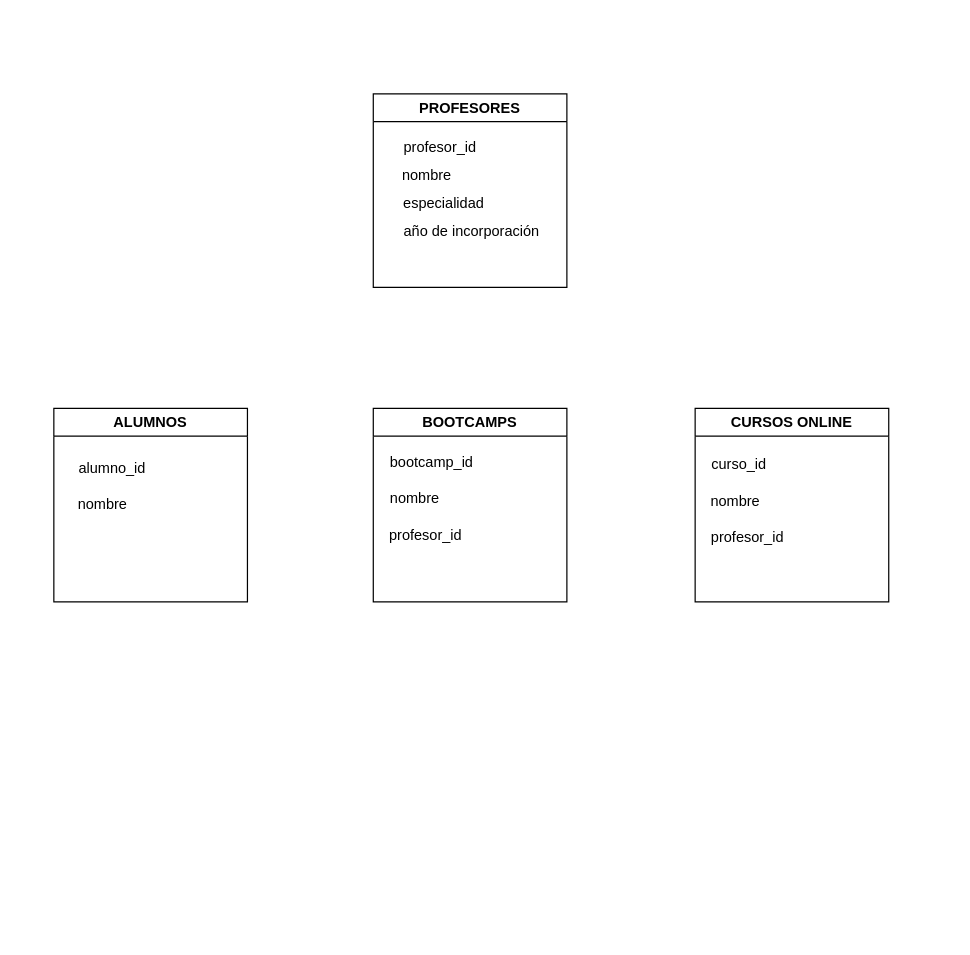
Above: Practica/Diagrama KeepCoding.drawio in danyocando-git/sql-dw (draw.io), before the change. Source tidied: cells renumbered, new cells numbered last; positions are measured from the earlier drawing's top-left corner, leaving out a move shared by most shapes. Both pictures are drawn from the tidied source at 121%, with x=0, y=0 at pixel (53, 93).
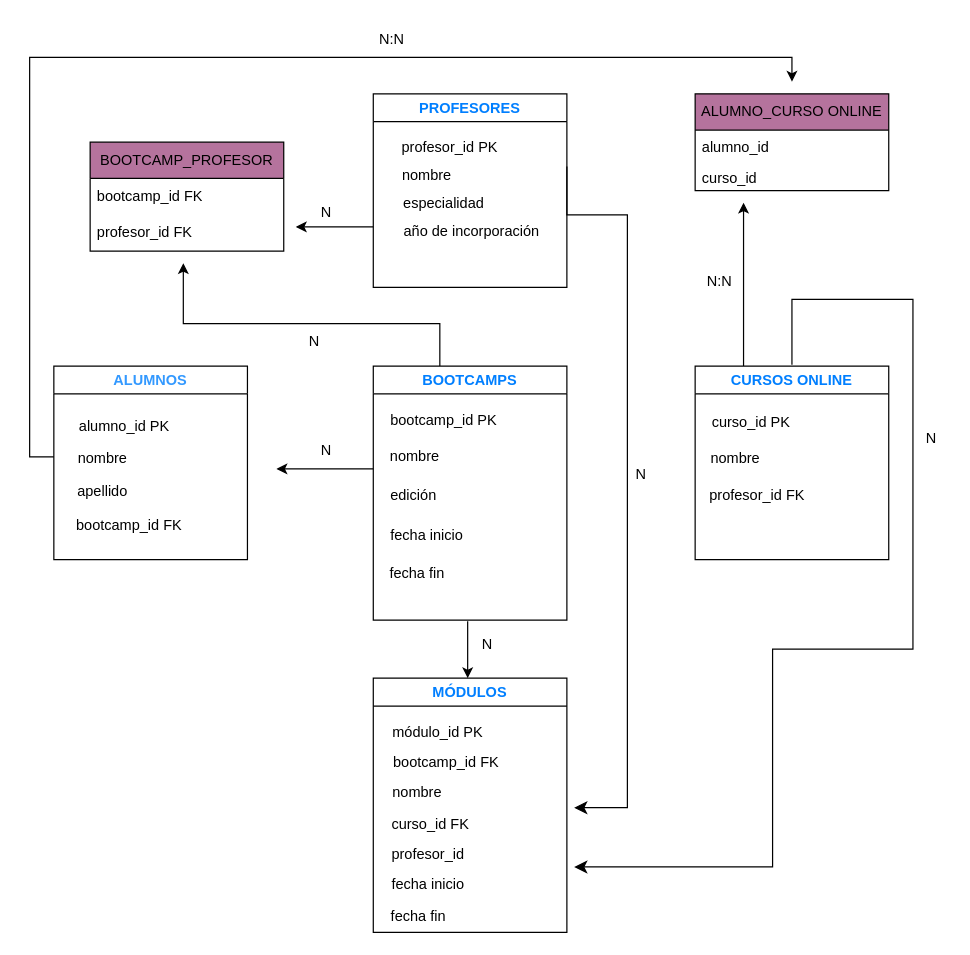
Above is the later version.

The edit, as a diff of the source:
```diff
@@
+    <mxCell id="18" style="edgeStyle=orthogonalEdgeStyle;rounded=0;orthogonalLoop=1;jettySize=auto;html=1;" parent="1" edge="1">
+      <mxGeometry relative="1" as="geometry">
+        <mxPoint y="300" as="sourcePoint" />
+        <mxPoint x="610" y="-10" as="targetPoint" />
+        <Array as="points">
+          <mxPoint x="-20" y="300" />
+          <mxPoint x="-20" y="-30" />
+        </Array>
+      </mxGeometry>
+    </mxCell>
-    <mxCell id="2" value="ALUMNOS" style="swimlane;whiteSpace=wrap;html=1;" parent="1" vertex="1">
-      <mxGeometry y="260" width="160" height="160" as="geometry" />
+    <mxCell id="2" value="&lt;font style=&quot;color: rgb(51, 153, 255);&quot;&gt;ALUMNOS&lt;/font&gt;" style="swimlane;whiteSpace=wrap;html=1;" parent="1" vertex="1">
+      <mxGeometry y="225" width="160" height="160" as="geometry" />
     </mxCell>
     <mxCell id="3" value="nombre" style="text;html=1;align=center;verticalAlign=middle;strokeColor=none;fillColor=none;" parent="2" vertex="1">
-      <mxGeometry x="10" y="65" width="60" height="30" as="geometry" />
+      <mxGeometry x="10" y="62" width="60" height="30" as="geometry" />
     </mxCell>
-    <mxCell id="4" value="alumno_id" style="text;html=1;align=center;verticalAlign=middle;strokeColor=none;fillColor=none;" parent="2" vertex="1">
-      <mxGeometry x="8" y="35" width="80" height="30" as="geometry" />
+    <mxCell id="4" value="alumno_id PK" style="text;html=1;align=center;verticalAlign=middle;strokeColor=none;fillColor=none;" parent="2" vertex="1">
+      <mxGeometry x="8" y="35" width="100" height="30" as="geometry" />
     </mxCell>
+    <mxCell id="19" value="apellido" style="text;html=1;align=center;verticalAlign=middle;strokeColor=none;fillColor=none;" parent="2" vertex="1">
+      <mxGeometry x="10" y="89" width="60" height="30" as="geometry" />
+    </mxCell>
+    <mxCell id="20" value="bootcamp_id FK" style="text;html=1;align=center;verticalAlign=middle;strokeColor=none;fillColor=none;" parent="2" vertex="1">
+      <mxGeometry x="7" y="117" width="110" height="30" as="geometry" />
+    </mxCell>
-    <mxCell id="5" value="BOOTCAMPS" style="swimlane;whiteSpace=wrap;html=1;" parent="1" vertex="1">
-      <mxGeometry x="264" y="260" width="160" height="160" as="geometry" />
+    <mxCell id="5" value="&lt;font style=&quot;color: rgb(0, 127, 255);&quot;&gt;BOOTCAMPS&lt;/font&gt;" style="swimlane;whiteSpace=wrap;html=1;" parent="1" vertex="1">
+      <mxGeometry x="264" y="225" width="160" height="210" as="geometry" />
     </mxCell>
@@
-    <mxCell id="7" value="profesor_id" style="text;html=1;align=center;verticalAlign=middle;strokeColor=none;fillColor=none;" parent="5" vertex="1">
-      <mxGeometry x="3" y="90" width="80" height="30" as="geometry" />
-    </mxCell>
-    <mxCell id="8" value="bootcamp_id" style="text;html=1;align=center;verticalAlign=middle;strokeColor=none;fillColor=none;" parent="5" vertex="1">
-      <mxGeometry x="3" y="30" width="90" height="30" as="geometry" />
+    <mxCell id="8" value="bootcamp_id PK" style="text;html=1;align=center;verticalAlign=middle;strokeColor=none;fillColor=none;" parent="5" vertex="1">
+      <mxGeometry x="3" y="30" width="110" height="30" as="geometry" />
     </mxCell>
+    <mxCell id="21" value="edición" style="text;html=1;align=center;verticalAlign=middle;strokeColor=none;fillColor=none;" parent="5" vertex="1">
+      <mxGeometry x="3" y="92" width="60" height="30" as="geometry" />
+    </mxCell>
+    <mxCell id="22" value="fecha inicio" style="text;html=1;align=center;verticalAlign=middle;strokeColor=none;fillColor=none;" parent="5" vertex="1">
+      <mxGeometry x="4" y="125" width="80" height="30" as="geometry" />
+    </mxCell>
+    <mxCell id="23" value="fecha fin" style="text;html=1;align=center;verticalAlign=middle;strokeColor=none;fillColor=none;" parent="5" vertex="1">
+      <mxGeometry x="1" y="157" width="70" height="30" as="geometry" />
+    </mxCell>
-    <mxCell id="9" value="PROFESORES" style="swimlane;whiteSpace=wrap;html=1;" parent="1" vertex="1">
+    <mxCell id="9" value="&lt;font style=&quot;color: rgb(0, 127, 255);&quot;&gt;PROFESORES&lt;/font&gt;" style="swimlane;whiteSpace=wrap;html=1;" parent="1" vertex="1">
       <mxGeometry x="264" width="160" height="160" as="geometry" />
     </mxCell>
@@
-    <mxCell id="12" value="profesor_id" style="text;html=1;align=center;verticalAlign=middle;strokeColor=none;fillColor=none;" parent="1" vertex="1">
-      <mxGeometry x="279" y="30" width="80" height="30" as="geometry" />
+    <mxCell id="12" value="profesor_id PK" style="text;html=1;align=center;verticalAlign=middle;strokeColor=none;fillColor=none;" parent="1" vertex="1">
+      <mxGeometry x="277" y="30" width="100" height="30" as="geometry" />
     </mxCell>
+    <mxCell id="24" style="edgeStyle=orthogonalEdgeStyle;rounded=0;orthogonalLoop=1;jettySize=auto;html=1;" parent="1" edge="1">
+      <mxGeometry relative="1" as="geometry">
+        <mxPoint x="570" y="225" as="sourcePoint" />
+        <mxPoint x="570" y="90" as="targetPoint" />
+      </mxGeometry>
+    </mxCell>
-    <mxCell id="13" value="CURSOS ONLINE" style="swimlane;whiteSpace=wrap;html=1;" parent="1" vertex="1">
-      <mxGeometry x="530" y="260" width="160" height="160" as="geometry" />
+    <mxCell id="13" value="&lt;font style=&quot;color: rgb(0, 127, 255);&quot;&gt;CURSOS ONLINE&lt;/font&gt;" style="swimlane;whiteSpace=wrap;html=1;" parent="1" vertex="1">
+      <mxGeometry x="530" y="225" width="160" height="160" as="geometry" />
     </mxCell>
@@
-    <mxCell id="15" value="profesor_id" style="text;html=1;align=center;verticalAlign=middle;strokeColor=none;fillColor=none;" parent="13" vertex="1">
-      <mxGeometry x="3" y="92" width="80" height="30" as="geometry" />
+    <mxCell id="15" value="profesor_id FK" style="text;html=1;align=center;verticalAlign=middle;strokeColor=none;fillColor=none;" parent="13" vertex="1">
+      <mxGeometry x="1" y="92" width="100" height="30" as="geometry" />
     </mxCell>
-    <mxCell id="16" value="curso_id" style="text;html=1;align=center;verticalAlign=middle;strokeColor=none;fillColor=none;" parent="13" vertex="1">
-      <mxGeometry x="1" y="32" width="70" height="30" as="geometry" />
+    <mxCell id="16" value="curso_id PK" style="text;html=1;align=center;verticalAlign=middle;strokeColor=none;fillColor=none;" parent="13" vertex="1">
+      <mxGeometry x="1" y="32" width="90" height="30" as="geometry" />
     </mxCell>
@@
+    <mxCell id="25" value="&lt;font style=&quot;color: rgb(0, 127, 255);&quot;&gt;MÓDULOS&lt;/font&gt;" style="swimlane;whiteSpace=wrap;html=1;startSize=23;" parent="1" vertex="1">
+      <mxGeometry x="264" y="483" width="160" height="210" as="geometry" />
+    </mxCell>
+    <mxCell id="26" value="nombre" style="text;html=1;align=center;verticalAlign=middle;strokeColor=none;fillColor=none;" parent="25" vertex="1">
+      <mxGeometry x="6" y="80" width="60" height="30" as="geometry" />
+    </mxCell>
+    <mxCell id="27" value="curso_id FK" style="text;html=1;align=center;verticalAlign=middle;strokeColor=none;fillColor=none;" parent="25" vertex="1">
+      <mxGeometry x="2" y="106" width="90" height="30" as="geometry" />
+    </mxCell>
+    <mxCell id="28" value="módulo_id PK" style="text;html=1;align=center;verticalAlign=middle;strokeColor=none;fillColor=none;" parent="25" vertex="1">
+      <mxGeometry x="3" y="30" width="100" height="30" as="geometry" />
+    </mxCell>
+    <mxCell id="29" value="bootcamp_id FK" style="text;html=1;align=center;verticalAlign=middle;strokeColor=none;fillColor=none;" parent="25" vertex="1">
+      <mxGeometry x="5" y="55" width="110" height="30" as="geometry" />
+    </mxCell>
+    <mxCell id="30" value="fecha inicio" style="text;html=1;align=center;verticalAlign=middle;strokeColor=none;fillColor=none;" parent="25" vertex="1">
+      <mxGeometry x="5" y="156" width="80" height="30" as="geometry" />
+    </mxCell>
+    <mxCell id="31" value="fecha fin" style="text;html=1;align=center;verticalAlign=middle;strokeColor=none;fillColor=none;" parent="25" vertex="1">
+      <mxGeometry x="2" y="182" width="70" height="30" as="geometry" />
+    </mxCell>
+    <mxCell id="7" value="profesor_id" style="text;html=1;align=center;verticalAlign=middle;strokeColor=none;fillColor=none;" parent="25" vertex="1">
+      <mxGeometry x="5" y="131" width="80" height="30" as="geometry" />
+    </mxCell>
+    <mxCell id="32" style="endArrow=classic;html=1;rounded=0;" parent="1" edge="1">
+      <mxGeometry relative="1" as="geometry">
+        <mxPoint x="342" y="436" as="sourcePoint" />
+        <mxPoint x="342" y="483" as="targetPoint" />
+      </mxGeometry>
+    </mxCell>
+    <mxCell id="33" style="edgeStyle=segmentEdgeStyle;endArrow=classic;html=1;curved=0;rounded=0;endSize=8;startSize=8;sourcePerimeterSpacing=0;targetPerimeterSpacing=0;" parent="1" edge="1">
+      <mxGeometry relative="1" as="geometry">
+        <mxPoint x="424" y="60" as="sourcePoint" />
+        <mxPoint x="430" y="590" as="targetPoint" />
+        <Array as="points">
+          <mxPoint x="424" y="100" />
+          <mxPoint x="474" y="100" />
+          <mxPoint x="474" y="590" />
+          <mxPoint x="444" y="590" />
+        </Array>
+      </mxGeometry>
+    </mxCell>
+    <mxCell id="34" style="edgeStyle=segmentEdgeStyle;endArrow=classic;html=1;curved=0;rounded=0;endSize=8;startSize=8;sourcePerimeterSpacing=0;targetPerimeterSpacing=0;exitX=1;exitY=0.5;exitDx=0;exitDy=0;" parent="1" edge="1">
+      <mxGeometry relative="1" as="geometry">
+        <mxPoint x="610" y="224" as="sourcePoint" />
+        <mxPoint x="430" y="639" as="targetPoint" />
+        <Array as="points">
+          <mxPoint x="610" y="170" />
+          <mxPoint x="710" y="170" />
+          <mxPoint x="710" y="459" />
+          <mxPoint x="594" y="459" />
+          <mxPoint x="594" y="639" />
+        </Array>
+      </mxGeometry>
+    </mxCell>
+    <mxCell id="35" style="endArrow=classic;html=1;rounded=0;" parent="1" edge="1">
+      <mxGeometry relative="1" as="geometry">
+        <mxPoint x="264" y="310" as="sourcePoint" />
+        <mxPoint x="184" y="310" as="targetPoint" />
+      </mxGeometry>
+    </mxCell>
+    <mxCell id="36" value="N" style="text;html=1;align=center;verticalAlign=middle;strokeColor=none;fillColor=none;" parent="1" vertex="1">
+      <mxGeometry x="343" y="440" width="30" height="30" as="geometry" />
+    </mxCell>
+    <mxCell id="37" value="N" style="text;html=1;align=center;verticalAlign=middle;strokeColor=none;fillColor=none;" parent="1" vertex="1">
+      <mxGeometry x="470" y="300" width="30" height="30" as="geometry" />
+    </mxCell>
+    <mxCell id="38" value="N" style="text;html=1;align=center;verticalAlign=middle;strokeColor=none;fillColor=none;" parent="1" vertex="1">
+      <mxGeometry x="210" y="280" width="30" height="30" as="geometry" />
+    </mxCell>
+    <mxCell id="39" value="BOOTCAMP_PROFESOR" style="swimlane;fontStyle=0;horizontal=1;startSize=30;whiteSpace=wrap;html=1;fillColor=#B5739D;" parent="1" vertex="1">
+      <mxGeometry x="30" y="40" width="160" height="90" as="geometry" />
+    </mxCell>
+    <mxCell id="40" value="bootcamp_id FK" style="text;strokeColor=none;fillColor=none;align=left;verticalAlign=middle;spacingLeft=4;spacingRight=4;overflow=hidden;whiteSpace=wrap;html=1;" parent="39" vertex="1">
+      <mxGeometry y="30" width="160" height="30" as="geometry" />
+    </mxCell>
+    <mxCell id="41" value="profesor_id FK" style="text;strokeColor=none;fillColor=none;align=left;verticalAlign=middle;spacingLeft=4;spacingRight=4;overflow=hidden;whiteSpace=wrap;html=1;" parent="39" vertex="1">
+      <mxGeometry y="60" width="160" height="30" as="geometry" />
+    </mxCell>
+    <mxCell id="42" style="endArrow=classic;html=1;rounded=0;exitX=0.107;exitY=0.367;exitDx=0;exitDy=0;exitPerimeter=0;" parent="1" edge="1">
+      <mxGeometry relative="1" as="geometry">
+        <mxPoint x="264" y="110" as="sourcePoint" />
+        <mxPoint x="200" y="110" as="targetPoint" />
+      </mxGeometry>
+    </mxCell>
+    <mxCell id="43" style="endArrow=classic;html=1;rounded=0;" parent="1" edge="1">
+      <mxGeometry relative="1" as="geometry">
+        <mxPoint x="319" y="225" as="sourcePoint" />
+        <mxPoint x="107" y="140" as="targetPoint" />
+        <Array as="points">
+          <mxPoint x="319" y="190" />
+          <mxPoint x="107" y="190" />
+        </Array>
+      </mxGeometry>
+    </mxCell>
+    <mxCell id="44" value="ALUMNO_CURSO ONLINE" style="swimlane;fontStyle=0;horizontal=1;startSize=30;whiteSpace=wrap;html=1;fillColor=#B5739D;" parent="1" vertex="1">
+      <mxGeometry x="530" width="160" height="80" as="geometry" />
+    </mxCell>
+    <mxCell id="45" value="alumno_id" style="text;strokeColor=none;fillColor=none;align=left;verticalAlign=middle;spacingLeft=4;spacingRight=4;overflow=hidden;whiteSpace=wrap;html=1;" parent="44" vertex="1">
+      <mxGeometry y="30" width="160" height="30" as="geometry" />
+    </mxCell>
+    <mxCell id="46" value="curso_id" style="text;strokeColor=none;fillColor=none;align=left;verticalAlign=middle;spacingLeft=4;spacingRight=4;overflow=hidden;whiteSpace=wrap;html=1;" parent="44" vertex="1">
+      <mxGeometry y="60" width="160" height="20" as="geometry" />
+    </mxCell>
+    <mxCell id="47" value="N:N" style="text;html=1;align=center;verticalAlign=middle;strokeColor=none;fillColor=none;" parent="1" vertex="1">
+      <mxGeometry x="259" y="-60" width="40" height="30" as="geometry" />
+    </mxCell>
+    <mxCell id="48" value="N:N" style="text;html=1;align=center;verticalAlign=middle;strokeColor=none;fillColor=none;" parent="1" vertex="1">
+      <mxGeometry x="530" y="140" width="40" height="30" as="geometry" />
+    </mxCell>
+    <mxCell id="49" value="N" style="text;html=1;align=center;verticalAlign=middle;strokeColor=none;fillColor=none;" parent="1" vertex="1">
+      <mxGeometry x="710" y="270" width="30" height="30" as="geometry" />
+    </mxCell>
+    <mxCell id="50" value="N" style="text;html=1;align=center;verticalAlign=middle;strokeColor=none;fillColor=none;" parent="1" vertex="1">
+      <mxGeometry x="200" y="190" width="30" height="30" as="geometry" />
+    </mxCell>
+    <mxCell id="51" value="N" style="text;html=1;align=center;verticalAlign=middle;strokeColor=none;fillColor=none;" parent="1" vertex="1">
+      <mxGeometry x="210" y="83" width="30" height="30" as="geometry" />
+    </mxCell>
```
